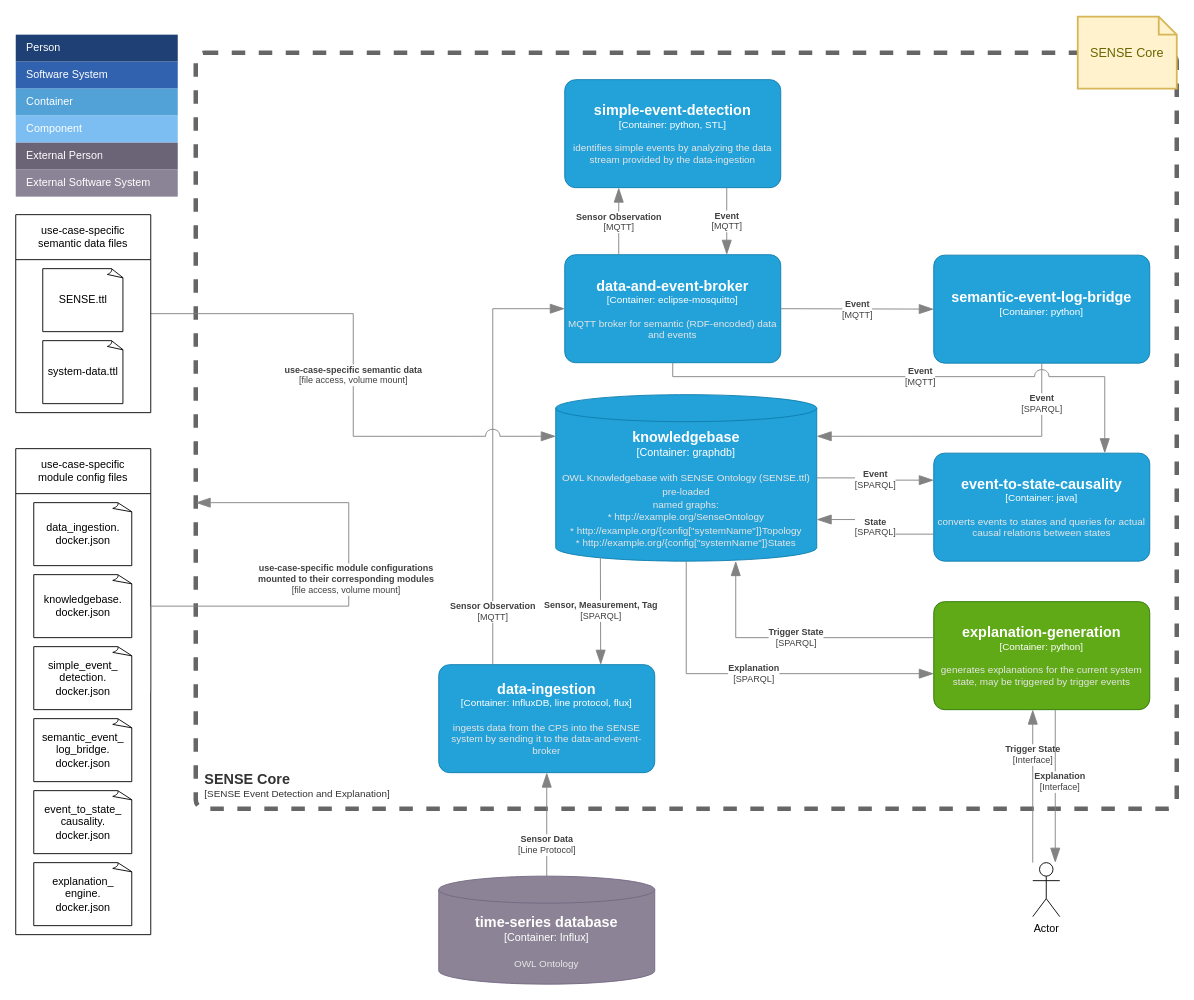
The draw.io diagram page "Level2-ContainerDiagram" (2 of 4) of doc/SENSE-Core-C4-Model.drawio in wu-semsys/SENSE-Core, before the edit. Source tidied: cells renumbered, new cells numbered last; positions are measured from the earlier drawing's top-left corner, leaving out a move shared by most shapes. Both pictures are drawn from the tidied source at 90%, with x=0, y=0 at pixel (15, 16).
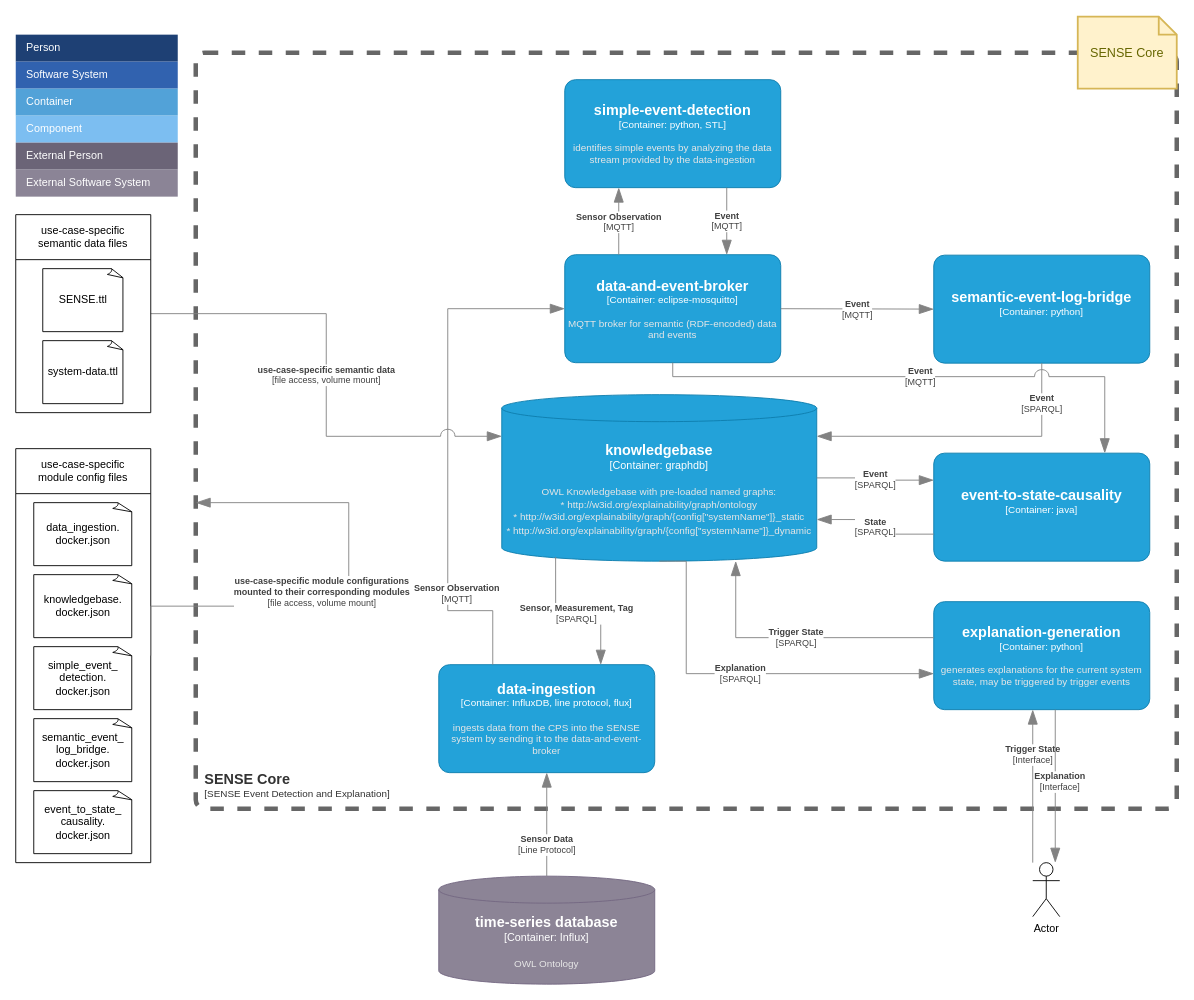
The same page after the edit.

Commit message (it also covers changes not shown here):
update graph uris in container diagram

Unchanged cells that the change refers to:
```xml
<object id="3" label="&lt;font style=&quot;font-size: 16px&quot;&gt;&lt;b&gt;%c4Name%&lt;/b&gt;&lt;/font&gt;&lt;div&gt;[%c4Type%: %c4Technology%]&lt;/div&gt;&lt;br&gt;&lt;div&gt;&lt;font style=&quot;font-size: 11px&quot;&gt;&lt;font color=&quot;#E6E6E6&quot;&gt;%c4Description%&lt;/font&gt;&lt;/div&gt;" c4Description="ingests data from the CPS into the SENSE system by sending it to the data-and-event-broker" c4Name="data-ingestion" c4Technology="InfluxDB, line protocol, flux" c4Type="Container" placeholders="1">
  <mxCell style="rounded=1;whiteSpace=wrap;html=1;fontSize=11;labelBackgroundColor=none;fillColor=#23A2D9;fontColor=#ffffff;align=center;arcSize=10;strokeColor=#0E7DAD;points=[[0.25,0,0],[0.5,0,0],[0.75,0,0],[1,0.25,0],[1,0.5,0],[1,0.75,0],[0.75,1,0],[0.5,1,0],[0.25,1,0],[0,0.75,0],[0,0.5,0],[0,0.25,0]];" parent="1" vertex="1">
    <mxGeometry x="470" y="720" width="240" height="120" as="geometry" />
  </mxCell>
</object>
<object id="4" label="&lt;font style=&quot;font-size: 16px&quot;&gt;&lt;b&gt;%c4Name%&lt;/b&gt;&lt;/font&gt;&lt;div&gt;[%c4Type%: %c4Technology%]&lt;/div&gt;&lt;br&gt;&lt;div&gt;&lt;font style=&quot;font-size: 11px&quot;&gt;&lt;font color=&quot;#E6E6E6&quot;&gt;%c4Description%&lt;/font&gt;&lt;/div&gt;" c4Description="MQTT broker for semantic (RDF-encoded) data and events" c4Name="data-and-event-broker" c4Technology="eclipse-mosquitto" c4Type="Container" placeholders="1">
  <mxCell style="rounded=1;whiteSpace=wrap;html=1;fontSize=11;labelBackgroundColor=none;fillColor=#23A2D9;fontColor=#ffffff;align=center;arcSize=10;strokeColor=#0E7DAD;points=[[0.25,0,0],[0.5,0,0],[0.75,0,0],[1,0.25,0],[1,0.5,0],[1,0.75,0],[0.75,1,0],[0.5,1,0],[0.25,1,0],[0,0.75,0],[0,0.5,0],[0,0.25,0]];" parent="1" vertex="1">
    <mxGeometry x="610" y="264.5" width="240" height="120" as="geometry" />
  </mxCell>
</object>
```

Change to the diagram source:
```diff
@@
-    <object id="2" label="&lt;font style=&quot;font-size: 16px&quot;&gt;&lt;b&gt;%c4Type%&lt;/b&gt;&lt;/font&gt;&lt;div&gt;[%c4Container%:&amp;nbsp;%c4Technology%]&lt;/div&gt;&lt;br&gt;&lt;div&gt;&lt;font style=&quot;font-size: 11px&quot;&gt;&lt;font color=&quot;#E6E6E6&quot;&gt;%c4Description%&lt;/font&gt;&lt;/div&gt;" c4Container="Container" c4Description="OWL Knowledgebase with SENSE Ontology (SENSE.ttl) pre-loaded&#10;named graphs:&#10;* http://example.org/SenseOntology&#10;* http://example.org/{config[&quot;systemName&quot;]}Topology&#10;* http://example.org/{config[&quot;systemName&quot;]}States" c4Technology="graphdb" c4Type="knowledgebase" placeholders="1">
+    <object id="2" label="&lt;font style=&quot;font-size: 16px&quot;&gt;&lt;b&gt;%c4Type%&lt;/b&gt;&lt;/font&gt;&lt;div&gt;[%c4Container%:&amp;nbsp;%c4Technology%]&lt;/div&gt;&lt;br&gt;&lt;div&gt;&lt;font style=&quot;font-size: 11px&quot;&gt;&lt;font color=&quot;#E6E6E6&quot;&gt;%c4Description%&lt;/font&gt;&lt;/div&gt;" c4Container="Container" c4Description="OWL Knowledgebase with pre-loaded named graphs:&#10;* http://w3id.org/explainability/graph/ontology&#10;* http://w3id.org/explainability/graph/{config[&quot;systemName&quot;]}_static&#10;* http://w3id.org/explainability/graph/{config[&quot;systemName&quot;]}_dynamic" c4Technology="graphdb" c4Type="knowledgebase" placeholders="1">
       <mxCell style="shape=cylinder3;size=15;whiteSpace=wrap;html=1;boundedLbl=1;rounded=0;labelBackgroundColor=none;fillColor=#23A2D9;fontSize=12;fontColor=#ffffff;align=center;strokeColor=#0E7DAD;points=[[0.5,0,0],[1,0.25,0],[1,0.5,0],[1,0.75,0],[0.5,1,0],[0,0.75,0],[0,0.5,0],[0,0.25,0]];" parent="1" vertex="1">
-        <mxGeometry x="600" y="420" width="290" height="185" as="geometry" />
+        <mxGeometry x="540" y="420" width="350" height="185" as="geometry" />
       </mxCell>
     </object>
@@
     <object id="5" label="&lt;div style=&quot;text-align: left&quot;&gt;&lt;div style=&quot;text-align: center&quot;&gt;&lt;b&gt;%c4Description%&lt;/b&gt;&lt;/div&gt;&lt;div style=&quot;text-align: center&quot;&gt;[%c4Technology%]&lt;/div&gt;&lt;/div&gt;" c4Description="Sensor Observation" c4Technology="MQTT" placeholders="1">
       <mxCell style="endArrow=blockThin;html=1;fontSize=10;fontColor=#404040;strokeWidth=1;endFill=1;strokeColor=#828282;elbow=vertical;endSize=14;startSize=14;jumpStyle=arc;jumpSize=16;rounded=0;edgeStyle=orthogonalEdgeStyle;entryX=0;entryY=0.5;entryDx=0;entryDy=0;entryPerimeter=0;exitX=0.25;exitY=0;exitDx=0;exitDy=0;exitPerimeter=0;" parent="1" edge="1" source="3" target="4">
-        <mxGeometry x="-0.75" relative="1" as="geometry" />
+        <mxGeometry x="-0.55" y="-10" relative="1" as="geometry">
+          <Array as="points">
+            <mxPoint x="530" y="660" />
+            <mxPoint x="480" y="660" />
+            <mxPoint x="480" y="325" />
+          </Array>
+        </mxGeometry>
       </mxCell>
     </object>
@@
-    <object id="17" label="&lt;font style=&quot;font-size: 16px&quot;&gt;&lt;b&gt;%c4Name%&lt;/b&gt;&lt;/font&gt;&lt;div&gt;[%c4Type%: %c4Technology%]&lt;/div&gt;&lt;br&gt;&lt;div&gt;&lt;font style=&quot;font-size: 11px&quot;&gt;&lt;font color=&quot;#E6E6E6&quot;&gt;%c4Description%&lt;/font&gt;&lt;/div&gt;" c4Description="converts events to states and queries for actual causal relations between states" c4Name="event-to-state-causality" c4Technology="java" c4Type="Container" placeholders="1">
+    <object id="17" label="&lt;font style=&quot;font-size: 16px&quot;&gt;&lt;b&gt;%c4Name%&lt;/b&gt;&lt;/font&gt;&lt;div&gt;[%c4Type%: %c4Technology%]&lt;/div&gt;&lt;br&gt;&lt;div&gt;&lt;font style=&quot;font-size: 11px&quot;&gt;&lt;font color=&quot;#E6E6E6&quot;&gt;%c4Description%&lt;/font&gt;&lt;/div&gt;" c4Description="" c4Name="event-to-state-causality" c4Technology="java" c4Type="Container" placeholders="1">
       <mxCell style="rounded=1;whiteSpace=wrap;html=1;fontSize=11;labelBackgroundColor=none;fillColor=#23A2D9;fontColor=#ffffff;align=center;arcSize=10;strokeColor=#0E7DAD;points=[[0.25,0,0],[0.5,0,0],[0.75,0,0],[1,0.25,0],[1,0.5,0],[1,0.75,0],[0.75,1,0],[0.5,1,0],[0.25,1,0],[0,0.75,0],[0,0.5,0],[0,0.25,0]];" parent="1" vertex="1">
         <mxGeometry x="1020" y="485" width="240" height="120" as="geometry" />
       </mxCell>
     </object>
@@
     <object id="24" label="&lt;font style=&quot;font-size: 16px&quot;&gt;&lt;b&gt;%c4Name%&lt;/b&gt;&lt;/font&gt;&lt;div&gt;[%c4Type%: %c4Technology%]&lt;/div&gt;&lt;br&gt;&lt;div&gt;&lt;font style=&quot;font-size: 11px&quot;&gt;&lt;font color=&quot;#E6E6E6&quot;&gt;%c4Description%&lt;/font&gt;&lt;/div&gt;" c4Description="generates explanations for the current system state, may be triggered by trigger events " c4Name="explanation-generation" c4Technology="python" c4Type="Container" placeholders="1">
-      <mxCell style="rounded=1;whiteSpace=wrap;html=1;fontSize=11;labelBackgroundColor=none;fillColor=#60a917;align=center;arcSize=10;strokeColor=#2D7600;points=[[0.25,0,0],[0.5,0,0],[0.75,0,0],[1,0.25,0],[1,0.5,0],[1,0.75,0],[0.75,1,0],[0.5,1,0],[0.25,1,0],[0,0.75,0],[0,0.5,0],[0,0.25,0]];fontColor=#ffffff;" parent="1" vertex="1">
+      <mxCell style="rounded=1;whiteSpace=wrap;html=1;fontSize=11;labelBackgroundColor=none;fillColor=#23A2D9;align=center;arcSize=10;strokeColor=#0E7DAD;points=[[0.25,0,0],[0.5,0,0],[0.75,0,0],[1,0.25,0],[1,0.5,0],[1,0.75,0],[0.75,1,0],[0.5,1,0],[0.25,1,0],[0,0.75,0],[0,0.5,0],[0,0.25,0]];fontColor=#ffffff;verticalAlign=middle;fontFamily=Helvetica;" parent="1" vertex="1">
         <mxGeometry x="1020" y="650" width="240" height="120" as="geometry" />
       </mxCell>
     </object>
@@
     <mxCell id="33" value="&lt;span style=&quot;font-weight: 400; text-wrap: nowrap; background-color: rgb(255, 255, 255);&quot;&gt;use-case-specific&lt;/span&gt;&lt;div&gt;&lt;span style=&quot;font-weight: 400; text-wrap: nowrap; background-color: rgb(255, 255, 255);&quot;&gt;module config files&lt;/span&gt;&lt;/div&gt;" style="swimlane;whiteSpace=wrap;html=1;startSize=50;" parent="1" vertex="1">
-      <mxGeometry y="480" width="150" height="540" as="geometry" />
+      <mxGeometry y="480" width="150" height="460" as="geometry" />
     </mxCell>
@@
-    <mxCell id="39" value="explanation_&lt;br&gt;engine.&lt;br&gt;docker.json" style="whiteSpace=wrap;html=1;shape=mxgraph.basic.document;" parent="33" vertex="1">
-      <mxGeometry x="20" y="460" width="110" height="70" as="geometry" />
-    </mxCell>
```
